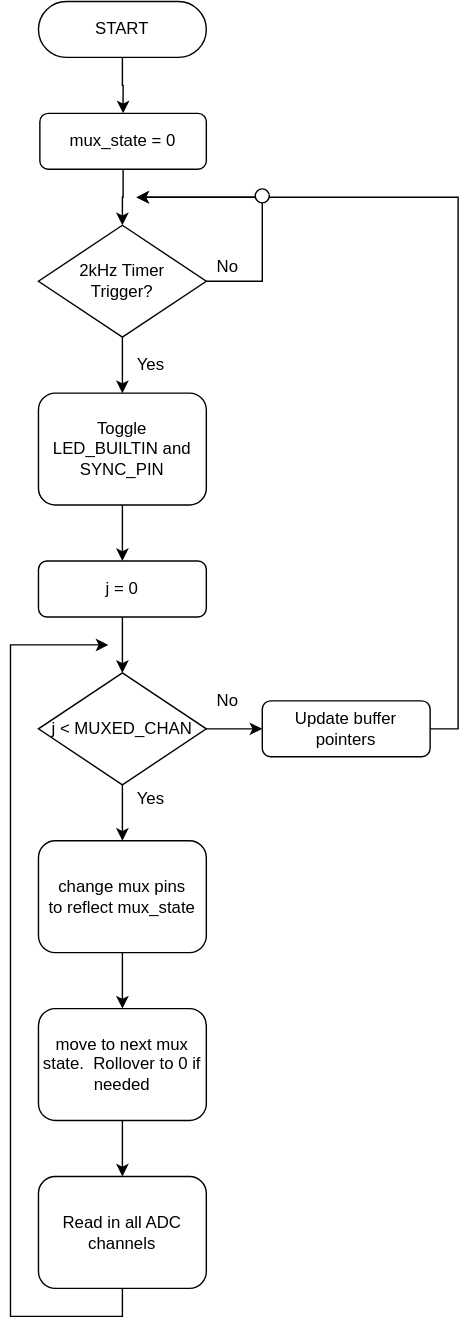
Before: docs/final/dataflow.svg, a diagram exported from draw.io (MArndt26/PNG_Datalogger). Source tidied: cells renumbered, new cells last; positions are measured from the earlier drawing's top-left corner, leaving out a move shared by most shapes.
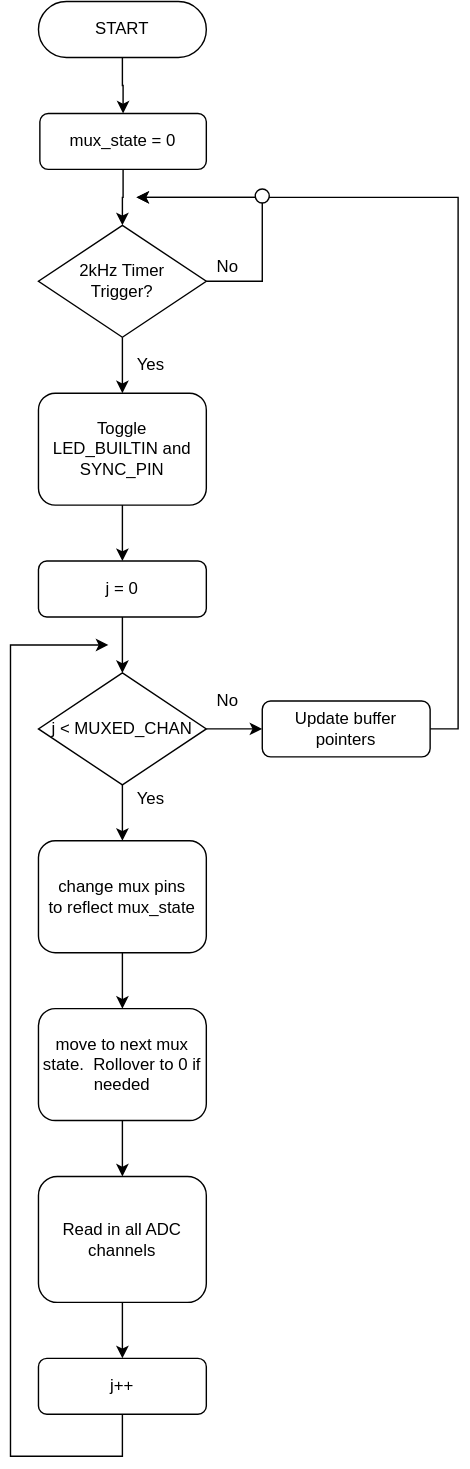
The same file after the commit.

Commit message:
fixed loop control variable in flowchart

The edit, as a diff of the source:
```diff
@@ -68,18 +68,22 @@
     <mxCell id="21" value="move to next mux state.&amp;nbsp; Rollover to 0 if needed" style="rounded=1;whiteSpace=wrap;html=1;" parent="1" vertex="1">
       <mxGeometry x="20" y="720" width="120" height="80" as="geometry" />
     </mxCell>
-    <mxCell id="22" style="edgeStyle=orthogonalEdgeStyle;rounded=0;jettySize=auto;html=1;exitX=0.5;exitY=1;exitDx=0;exitDy=0;" parent="1" edge="1" source="23">
+    <mxCell id="22" style="edgeStyle=orthogonalEdgeStyle;rounded=0;jettySize=auto;html=1;exitX=0.5;exitY=1;exitDx=0;exitDy=0;" parent="1" edge="1" source="30">
       <mxGeometry relative="1" as="geometry">
         <mxPoint x="70" y="460" as="targetPoint" />
         <Array as="points">
-          <mxPoint x="80" y="940" />
-          <mxPoint y="940" />
+          <mxPoint x="80" y="1010" />
+          <mxPoint x="80" y="1040" />
+          <mxPoint y="1040" />
           <mxPoint y="460" />
         </Array>
       </mxGeometry>
     </mxCell>
+    <mxCell id="29" style="edgeStyle=orthogonalEdgeStyle;rounded=0;jettySize=auto;html=1;exitX=0.5;exitY=1;exitDx=0;exitDy=0;entryX=0.5;entryY=0;entryDx=0;entryDy=0;" parent="1" edge="1" source="23" target="30">
+      <mxGeometry relative="1" as="geometry" />
+    </mxCell>
     <mxCell id="23" value="Read in all ADC channels" style="rounded=1;whiteSpace=wrap;html=1;" parent="1" vertex="1">
-      <mxGeometry x="20" y="840" width="120" height="80" as="geometry" />
+      <mxGeometry x="20" y="840" width="120" height="90" as="geometry" />
     </mxCell>
     <mxCell id="24" value="Yes" style="text;html=1;align=center;verticalAlign=middle;" parent="1" vertex="1">
       <mxGeometry x="80" y="560" width="40" height="20" as="geometry" />
@@ -102,5 +106,8 @@
     <mxCell id="28" style="ellipse;whiteSpace=wrap;html=1;" parent="1" vertex="1">
       <mxGeometry x="175" y="134" width="10" height="10" as="geometry" />
     </mxCell>
+    <mxCell id="30" value="j++" style="rounded=1;whiteSpace=wrap;html=1;" parent="1" vertex="1">
+      <mxGeometry x="20" y="970" width="120" height="40" as="geometry" />
+    </mxCell>
   </root>
 </mxGraphModel>
```
